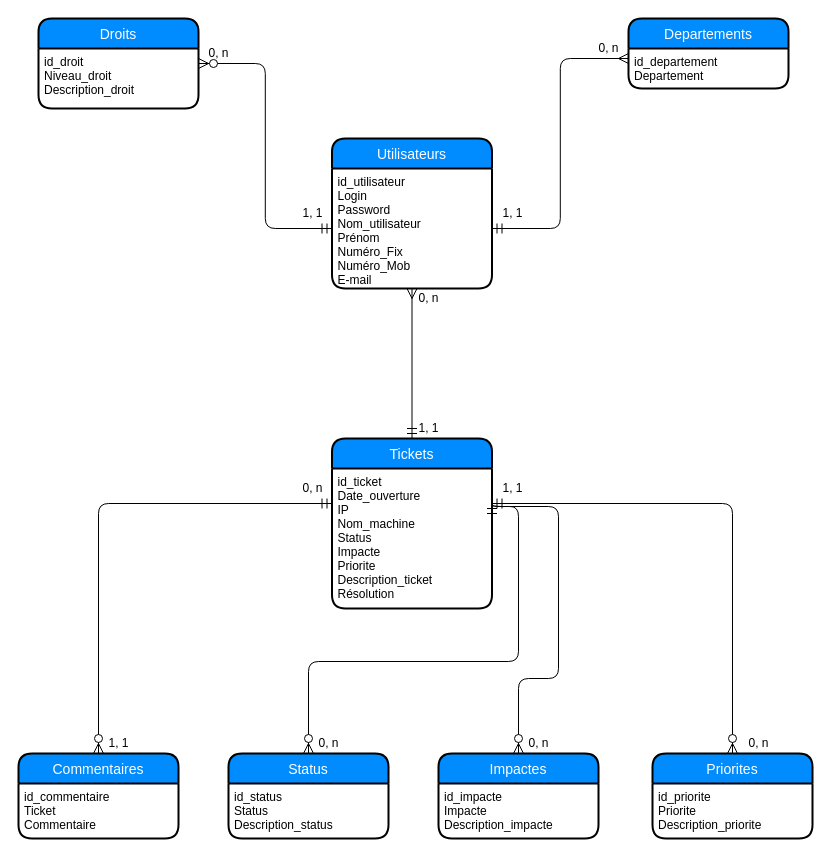
This is Base de données/MCD_MPTicket.drawio from Hero-Chan/Projet_Ticketing, a draw.io file, before an edit. Source tidied: cells renumbered, new cells numbered last; positions are measured from the earlier drawing's top-left corner, leaving out a move shared by most shapes. Both pictures are drawn from the tidied source at 100%, with x=0, y=0 at pixel (18, 18).
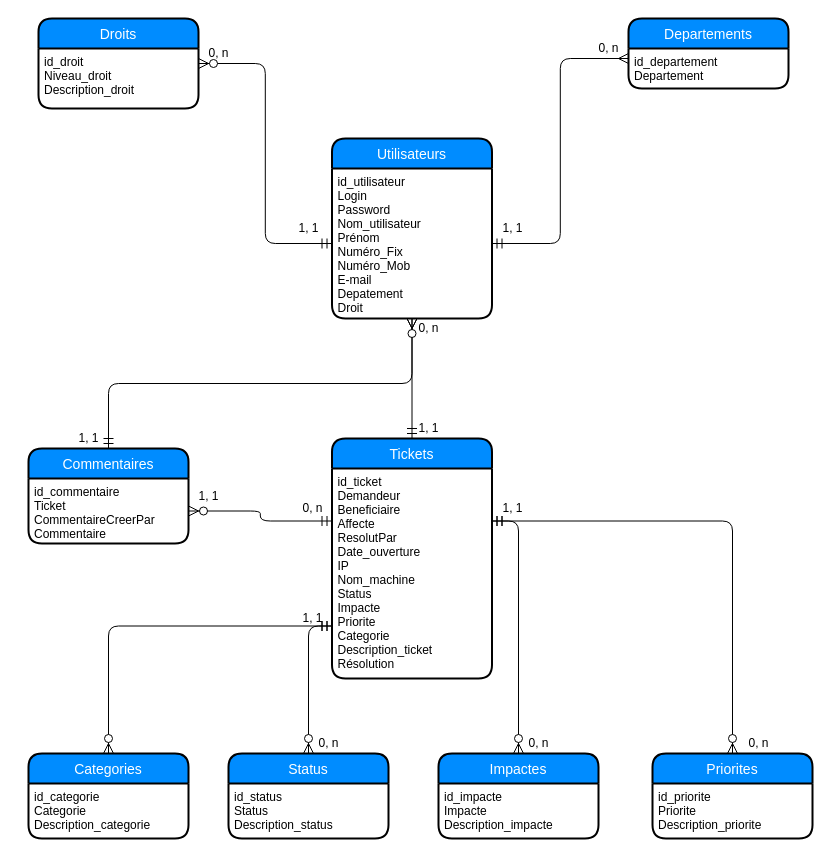
After the change.

Unchanged cells that the change refers to:
```xml
<mxCell id="19" value="Status" style="swimlane;horizontal=1;startSize=30;fillColor=#008cff;fontColor=#FFFFFF;rounded=1;fontSize=14;fontStyle=0;strokeWidth=2;shadow=0;dashed=0;align=center;" parent="1" vertex="1">
  <mxGeometry x="210" y="735" width="160" height="85" as="geometry" />
</mxCell>
<mxCell id="21" value="Impactes" style="swimlane;horizontal=1;startSize=30;fillColor=#008cff;fontColor=#FFFFFF;rounded=1;fontSize=14;fontStyle=0;strokeWidth=2;shadow=0;dashed=0;align=center;" parent="1" vertex="1">
  <mxGeometry x="420" y="735" width="160" height="85" as="geometry" />
</mxCell>
```

Change to the diagram source:
```diff
@@
-    <mxCell id="5" style="edgeStyle=orthogonalEdgeStyle;endArrow=ERzeroToMany;startArrow=ERmandOne;shadow=0;strokeWidth=1;endSize=8;startSize=8;entryX=0.5;entryY=0;entryDx=0;entryDy=0;exitX=1;exitY=0.25;exitDx=0;exitDy=0;" parent="1" edge="1" source="16" target="19">
+    <mxCell id="5" style="edgeStyle=orthogonalEdgeStyle;endArrow=ERzeroToMany;startArrow=ERmandOne;shadow=0;strokeWidth=1;endSize=8;startSize=8;entryX=0.5;entryY=0;entryDx=0;entryDy=0;exitX=0;exitY=0.75;exitDx=0;exitDy=0;" parent="1" edge="1" source="16" target="19">
       <mxGeometry relative="1" as="geometry">
         <Array as="points">
-          <mxPoint x="500" y="488" />
-          <mxPoint x="500" y="643" />
-          <mxPoint x="290" y="643" />
+          <mxPoint x="290" y="608" />
         </Array>
       </mxGeometry>
     </mxCell>
-    <mxCell id="6" style="edgeStyle=orthogonalEdgeStyle;endArrow=ERzeroToMany;startArrow=ERmandOne;shadow=0;strokeWidth=1;endSize=8;startSize=8;entryX=0.5;entryY=0;entryDx=0;entryDy=0;exitX=0;exitY=0.25;exitDx=0;exitDy=0;" parent="1" edge="1" source="16" target="17">
+    <mxCell id="6" style="edgeStyle=orthogonalEdgeStyle;endArrow=ERzeroToMany;startArrow=ERmandOne;shadow=0;strokeWidth=1;endSize=8;startSize=8;entryX=1;entryY=0.5;entryDx=0;entryDy=0;exitX=0;exitY=0.25;exitDx=0;exitDy=0;" parent="1" edge="1" source="16" target="18">
       <mxGeometry relative="1" as="geometry" />
     </mxCell>
     <mxCell id="7" style="edgeStyle=orthogonalEdgeStyle;endArrow=ERzeroToMany;startArrow=ERmandOne;shadow=0;strokeWidth=1;endSize=8;startSize=8;entryX=0.5;entryY=0;entryDx=0;entryDy=0;exitX=1;exitY=0.25;exitDx=0;exitDy=0;" parent="1" edge="1" source="16" target="21">
       <mxGeometry relative="1" as="geometry">
         <Array as="points">
-          <mxPoint x="540" y="488" />
-          <mxPoint x="540" y="660" />
-          <mxPoint x="500" y="660" />
+          <mxPoint x="500" y="503" />
         </Array>
       </mxGeometry>
     </mxCell>
@@
     <mxCell id="13" value="Utilisateurs" style="swimlane;horizontal=1;startSize=30;fillColor=#008cff;fontColor=#FFFFFF;rounded=1;fontSize=14;fontStyle=0;strokeWidth=2;shadow=0;dashed=0;align=center;" parent="1" vertex="1">
-      <mxGeometry x="313.5" y="120" width="160" height="150" as="geometry" />
+      <mxGeometry x="313.5" y="120" width="160" height="180" as="geometry" />
     </mxCell>
-    <mxCell id="14" value="id_utilisateur&#10;Login&#10;Password&#10;Nom_utilisateur&#10;Prénom&#10;Numéro_Fix&#10;Numéro_Mob&#10;E-mail" style="align=left;strokeColor=none;fillColor=none;spacingLeft=4;fontSize=12;verticalAlign=top;" parent="13" vertex="1">
-      <mxGeometry y="30" width="160" height="120" as="geometry" />
+    <mxCell id="14" value="id_utilisateur&#10;Login&#10;Password&#10;Nom_utilisateur&#10;Prénom&#10;Numéro_Fix&#10;Numéro_Mob&#10;E-mail&#10;Depatement&#10;Droit" style="align=left;strokeColor=none;fillColor=none;spacingLeft=4;fontSize=12;verticalAlign=top;" parent="13" vertex="1">
+      <mxGeometry y="30" width="160" height="150" as="geometry" />
     </mxCell>
     <mxCell id="15" value="Tickets" style="swimlane;horizontal=1;startSize=30;fillColor=#008cff;fontColor=#FFFFFF;rounded=1;fontSize=14;fontStyle=0;strokeWidth=2;shadow=0;dashed=0;align=center;" parent="1" vertex="1">
-      <mxGeometry x="313.5" y="420" width="160" height="170" as="geometry" />
+      <mxGeometry x="313.5" y="420" width="160" height="240" as="geometry" />
     </mxCell>
-    <mxCell id="16" value="id_ticket&#10;Date_ouverture&#10;IP&#10;Nom_machine&#10;Status&#10;Impacte&#10;Priorite&#10;Description_ticket&#10;Résolution" style="align=left;strokeColor=none;fillColor=none;spacingLeft=4;fontSize=12;verticalAlign=top;" parent="15" vertex="1">
-      <mxGeometry y="30" width="160" height="140" as="geometry" />
+    <mxCell id="16" value="id_ticket&#10;Demandeur&#10;Beneficiaire&#10;Affecte&#10;ResolutPar&#10;Date_ouverture&#10;IP&#10;Nom_machine&#10;Status&#10;Impacte&#10;Priorite&#10;Categorie&#10;Description_ticket&#10;Résolution" style="align=left;strokeColor=none;fillColor=none;spacingLeft=4;fontSize=12;verticalAlign=top;" parent="15" vertex="1">
+      <mxGeometry y="30" width="160" height="210" as="geometry" />
     </mxCell>
     <mxCell id="17" value="Commentaires" style="swimlane;horizontal=1;startSize=30;fillColor=#008cff;fontColor=#FFFFFF;rounded=1;fontSize=14;fontStyle=0;strokeWidth=2;shadow=0;dashed=0;align=center;" parent="1" vertex="1">
-      <mxGeometry y="735" width="160" height="85" as="geometry" />
+      <mxGeometry x="10" y="430" width="160" height="95" as="geometry" />
     </mxCell>
-    <mxCell id="18" value="id_commentaire&#10;Ticket&#10;Commentaire" style="align=left;strokeColor=none;fillColor=none;spacingLeft=4;fontSize=12;verticalAlign=top;" parent="17" vertex="1">
-      <mxGeometry y="30" width="160" height="55" as="geometry" />
+    <mxCell id="18" value="id_commentaire&#10;Ticket&#10;CommentaireCreerPar&#10;Commentaire&#10;" style="align=left;strokeColor=none;fillColor=none;spacingLeft=4;fontSize=12;verticalAlign=top;" parent="17" vertex="1">
+      <mxGeometry y="30" width="160" height="65" as="geometry" />
     </mxCell>
@@
     <mxCell id="25" value="1, 1" style="text;html=1;align=center;verticalAlign=middle;" parent="1" vertex="1">
-      <mxGeometry x="273.5" y="185" width="40" height="20" as="geometry" />
+      <mxGeometry x="270" y="200" width="40" height="20" as="geometry" />
     </mxCell>
@@
     <mxCell id="27" value="1, 1" style="text;html=1;align=center;verticalAlign=middle;" parent="1" vertex="1">
-      <mxGeometry x="473.5" y="185" width="40" height="20" as="geometry" />
+      <mxGeometry x="473.5" y="200" width="40" height="20" as="geometry" />
     </mxCell>
@@
     <mxCell id="29" value="0, n" style="text;html=1;align=center;verticalAlign=middle;" parent="1" vertex="1">
-      <mxGeometry x="390" y="270" width="40" height="20" as="geometry" />
+      <mxGeometry x="390" y="300" width="40" height="20" as="geometry" />
     </mxCell>
@@
     <mxCell id="31" value="1, 1" style="text;html=1;align=center;verticalAlign=middle;" parent="1" vertex="1">
-      <mxGeometry x="80" y="715" width="40" height="20" as="geometry" />
+      <mxGeometry x="170" y="467.5" width="40" height="20" as="geometry" />
     </mxCell>
     <mxCell id="32" value="1, 1" style="text;html=1;align=center;verticalAlign=middle;" parent="1" vertex="1">
-      <mxGeometry x="473.5" y="460" width="40" height="20" as="geometry" />
+      <mxGeometry x="473.5" y="480" width="40" height="20" as="geometry" />
     </mxCell>
@@
     <mxCell id="36" value="0, n" style="text;html=1;align=center;verticalAlign=middle;" parent="1" vertex="1">
-      <mxGeometry x="273.5" y="460" width="40" height="20" as="geometry" />
+      <mxGeometry x="273.5" y="480" width="40" height="20" as="geometry" />
     </mxCell>
+    <mxCell id="37" value="1, 1" style="text;html=1;align=center;verticalAlign=middle;" parent="1" vertex="1">
+      <mxGeometry x="50" y="410" width="40" height="20" as="geometry" />
+    </mxCell>
+    <mxCell id="38" style="edgeStyle=orthogonalEdgeStyle;endArrow=ERzeroToMany;startArrow=ERmandOne;shadow=0;strokeWidth=1;endSize=8;startSize=8;entryX=0.5;entryY=1;entryDx=0;entryDy=0;exitX=0.5;exitY=0;exitDx=0;exitDy=0;" parent="1" edge="1" source="17" target="14">
+      <mxGeometry relative="1" as="geometry" />
+    </mxCell>
+    <mxCell id="39" value="Categories" style="swimlane;horizontal=1;startSize=30;fillColor=#008cff;fontColor=#FFFFFF;rounded=1;fontSize=14;fontStyle=0;strokeWidth=2;shadow=0;dashed=0;align=center;" parent="1" vertex="1">
+      <mxGeometry x="10" y="735" width="160" height="85" as="geometry" />
+    </mxCell>
+    <mxCell id="40" value="id_categorie&#10;Categorie&#10;Description_categorie&#10;" style="align=left;strokeColor=none;fillColor=none;spacingLeft=4;fontSize=12;verticalAlign=top;" parent="39" vertex="1">
+      <mxGeometry y="30" width="160" height="55" as="geometry" />
+    </mxCell>
+    <mxCell id="41" value="1, 1" style="text;html=1;align=center;verticalAlign=middle;" parent="1" vertex="1">
+      <mxGeometry x="273.5" y="590" width="40" height="20" as="geometry" />
+    </mxCell>
+    <mxCell id="42" style="edgeStyle=orthogonalEdgeStyle;endArrow=ERzeroToMany;startArrow=ERmandOne;shadow=0;strokeWidth=1;endSize=8;startSize=8;exitX=0;exitY=0.75;exitDx=0;exitDy=0;entryX=0.5;entryY=0;entryDx=0;entryDy=0;" parent="1" edge="1" source="16" target="39">
+      <mxGeometry relative="1" as="geometry">
+        <Array as="points">
+          <mxPoint x="90" y="608" />
+        </Array>
+      </mxGeometry>
+    </mxCell>
```
